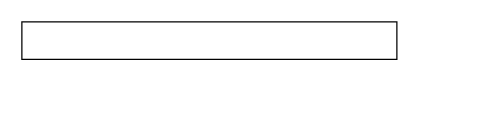
mailonghua/drawio keeps this draw.io diagram as WorkSpace/ObjectTrack/2026年-track.drawio. Above is the earlier version. Source tidied: cells renumbered, new cells numbered last; positions are measured from the earlier drawing's top-left corner, leaving out a move shared by most shapes. Both pictures are drawn from the tidied source at 125%, with x=0, y=0 at pixel (21, 21).
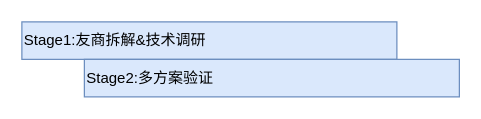
The same page after the edit.

What changed in the source:
```diff
@@
 <mxGraphModel>
   <root>
     <mxCell id="0" />
     <mxCell id="1" parent="0" />
-    <mxCell id="2" style="rounded=0;whiteSpace=wrap;html=1;" parent="1" vertex="1">
+    <mxCell id="2" value="Stage1:友商拆解&amp;amp;技术调研" style="rounded=0;whiteSpace=wrap;html=1;align=left;fillColor=#dae8fc;strokeColor=#6c8ebf;" parent="1" vertex="1">
       <mxGeometry width="300" height="30" as="geometry" />
     </mxCell>
+    <mxCell id="3" value="Stage2:多方案验证" style="rounded=0;whiteSpace=wrap;html=1;align=left;fillColor=#dae8fc;strokeColor=#6c8ebf;" parent="1" vertex="1">
+      <mxGeometry x="50" y="30" width="300" height="30" as="geometry" />
+    </mxCell>
   </root>
 </mxGraphModel>
```
